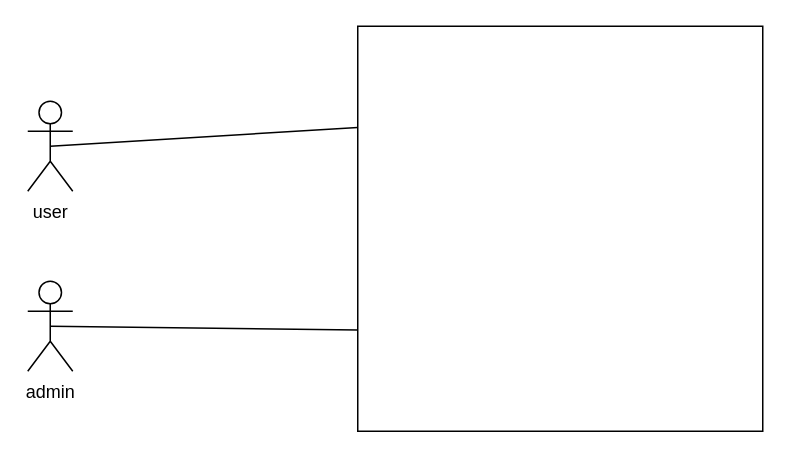
The draw.io diagram page "contexte" (1 of 4) of TIkShopDataBase.drawio in Bryann-coder/FlashShop, before the edit. Source tidied: cells renumbered, new cells numbered last; positions are measured from the earlier drawing's top-left corner, leaving out a move shared by most shapes. Both pictures are drawn from the tidied source at 150%, with x=0, y=0 at pixel (27, 26).
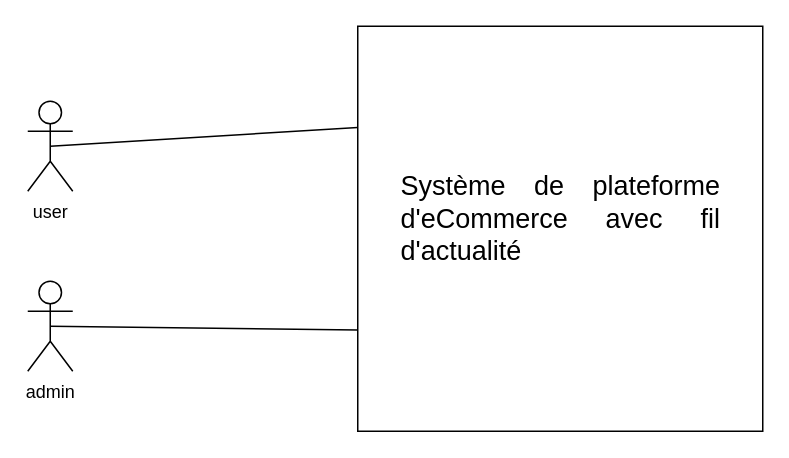
After the change.

Change to the diagram source:
```diff
@@
 <mxGraphModel>
   <root>
     <mxCell id="0" />
     <mxCell id="1" parent="0" />
     <mxCell id="2" value="user" style="shape=umlActor;verticalLabelPosition=bottom;verticalAlign=top;html=1;outlineConnect=0;" parent="1" vertex="1">
       <mxGeometry y="50" width="30" height="60" as="geometry" />
     </mxCell>
     <mxCell id="3" value="admin" style="shape=umlActor;verticalLabelPosition=bottom;verticalAlign=top;html=1;outlineConnect=0;" parent="1" vertex="1">
       <mxGeometry y="170" width="30" height="60" as="geometry" />
     </mxCell>
     <mxCell id="4" style="rounded=0;whiteSpace=wrap;html=1;" parent="1" vertex="1">
       <mxGeometry x="220" width="270" height="270" as="geometry" />
     </mxCell>
     <mxCell id="5" style="endArrow=none;html=1;rounded=0;entryX=0;entryY=0.25;entryDx=0;entryDy=0;exitX=0.5;exitY=0.5;exitDx=0;exitDy=0;exitPerimeter=0;" parent="1" edge="1" source="2" target="4">
       <mxGeometry relative="1" as="geometry" />
     </mxCell>
     <mxCell id="6" style="endArrow=none;html=1;rounded=0;entryX=0;entryY=0.75;entryDx=0;entryDy=0;exitX=0.5;exitY=0.5;exitDx=0;exitDy=0;exitPerimeter=0;" parent="1" edge="1" source="3" target="4">
       <mxGeometry relative="1" as="geometry" />
     </mxCell>
+    <mxCell id="7" value="&lt;div style=&quot;text-align: justify;&quot;&gt;&lt;span style=&quot;font-size: 18px; background-color: initial;&quot;&gt;Système de plateforme d'eCommerce avec fil d'actualité&amp;nbsp;&lt;/span&gt;&lt;/div&gt;" style="text;html=1;whiteSpace=wrap;overflow=hidden;rounded=0;align=center;" parent="1" vertex="1">
+      <mxGeometry x="247.5" y="90" width="215" height="140" as="geometry" />
+    </mxCell>
   </root>
 </mxGraphModel>
```
